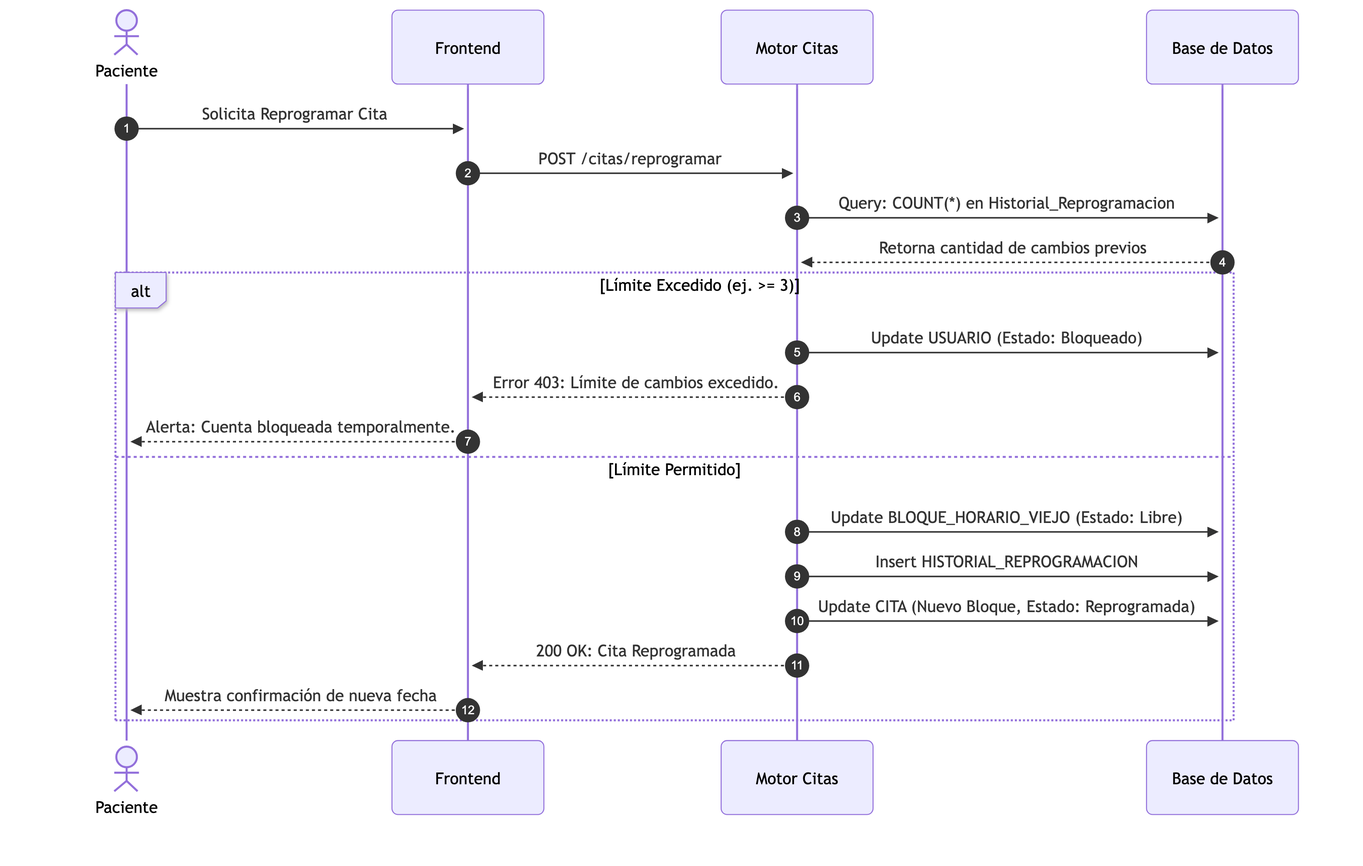
aron-quito/si-salud keeps this Mermaid diagram as docs/diagrams/secuencia/secuencia_reprogramacion.png. Above is the earlier version. Its source is kept beside it as docs/diagrams/secuencia/secuencia_reprogramacion.mmd. The source it was exported from:
```mermaid
sequenceDiagram
    autonumber
    actor P as Paciente
    participant F as Frontend
    participant S as Motor Citas
    participant DB as Base de Datos

    P->>F: Solicita Reprogramar Cita
    F->>S: POST /citas/reprogramar

    S->>DB: Query: COUNT(*) en Historial_Reprogramacion
    DB-->>S: Retorna cantidad de cambios previos

    alt Límite Excedido (ej. >= 3)
        S->>DB: Update USUARIO (Estado: Bloqueado)
        S-->>F: Error 403: Límite de cambios excedido.
        F-->>P: Alerta: Cuenta bloqueada temporalmente.
    else Límite Permitido
        S->>DB: Update BLOQUE_HORARIO_VIEJO (Estado: Libre)
        S->>DB: Insert HISTORIAL_REPROGRAMACION
        S->>DB: Update CITA (Nuevo Bloque, Estado: Reprogramada)
        S-->>F: 200 OK: Cita Reprogramada
        F-->>P: Muestra confirmación de nueva fecha
    end
```
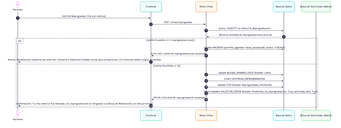
After the commit.

The edit, as a diff of the source:
```diff
@@ -4,21 +4,23 @@
     participant F as Frontend
     participant S as Motor Citas
     participant DB as Base de Datos
+    participant B as Bolsa de Solicitudes (Batch)
 
-    P->>F: Solicita Reprogramar Cita
+    P->>F: Solicita Reprogramar Cita (con motivo)
     F->>S: POST /citas/reprogramar
 
     S->>DB: Query: COUNT(*) en Historial_Reprogramacion
-    DB-->>S: Retorna cantidad de cambios previos
+    DB-->>S: Retorna cantidad de reprogramaciones previas
 
-    alt Límite Excedido (ej. >= 3)
-        S->>DB: Update USUARIO (Estado: Bloqueado)
-        S-->>F: Error 403: Límite de cambios excedido.
-        F-->>P: Alerta: Cuenta bloqueada temporalmente.
-    else Límite Permitido
+    alt Límite Excedido (>= 3 reprogramaciones)
+        S->>DB: Update PACIENTE (permite_agendar: False, penalizado_hasta: T+30días)
+        S-->>F: Error 403: Límite de reprogramaciones alcanzado
+        F-->>P: Alerta: Penalización temporal de reservas. Contacta a Admisión/Trabajo Social para excepciones. (Tu historial médico sigue accesible).
+    else Límite Permitido (< 3)
         S->>DB: Update BLOQUE_HORARIO_VIEJO (Estado: Libre)
         S->>DB: Insert HISTORIAL_REPROGRAMACION
-        S->>DB: Update CITA (Nuevo Bloque, Estado: Reprogramada)
-        S-->>F: 200 OK: Cita Reprogramada
-        F-->>P: Muestra confirmación de nueva fecha
+        S->>DB: Update CITA (Estado: Reprogramada_Pendiente)
+        S->>B: Insert/Update SOLICITUD_TRIAJE (Estado: Pendiente, es_reprogramacion: True, prioridad_alta: True)
+        S-->>F: 200 OK: Solicitud de reprogramación aceptada
+        F-->>P: Confirmación: Tu cita anterior fue liberada y tu reprogramación se reingresó a la Bolsa de Medianoche con alta prioridad.
     end
```
